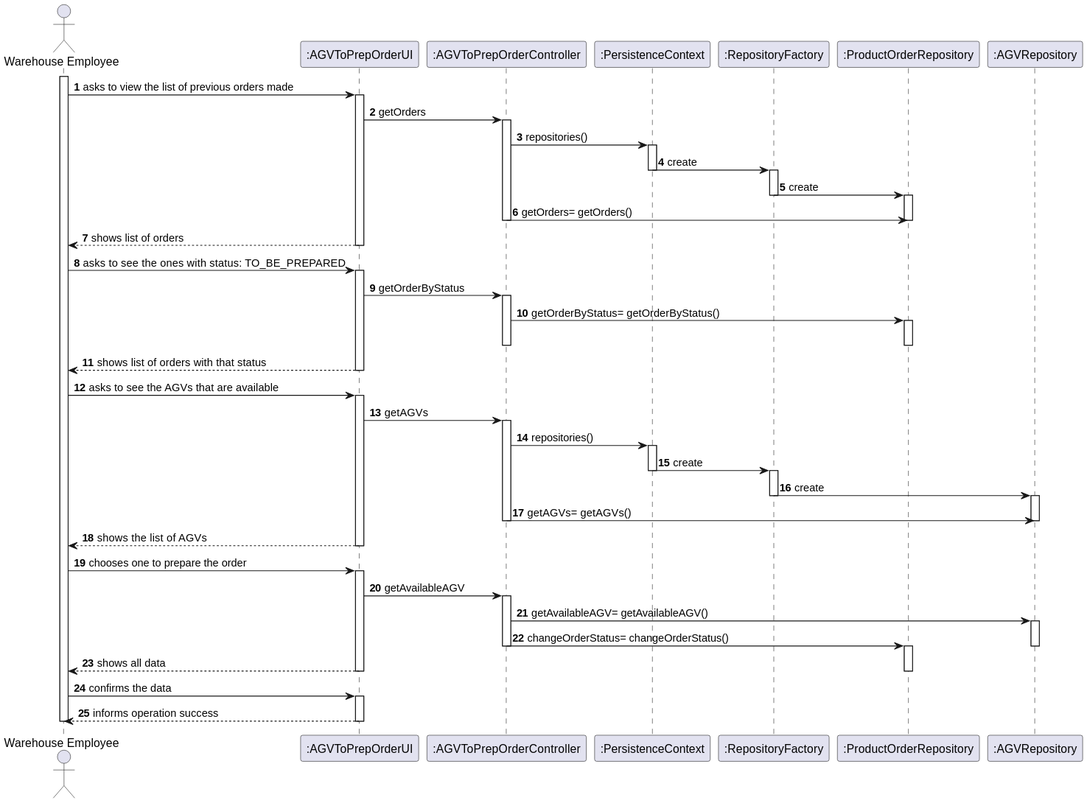
This is docs/Sprint3/US2003/US2003_SD.svg from marttuga/LAPR4-SmartSystems, a PlantUML export, as it was before one commit. Its diagram source:
```plantuml
@startuml
autonumber
actor "Warehouse Employee" as WE
participant ":AGVToPrepOrderUI" as UI
participant ":AGVToPrepOrderController" as CTRL
participant ":PersistenceContext" as PC
participant ":RepositoryFactory" as RF
participant ":ProductOrderRepository" as ProdRepo
participant ":AGVRepository" as AGVRepo


activate WE

WE -> UI : asks to view the list of previous orders made
activate UI


UI -> CTRL : getOrders
activate CTRL
CTRL -> PC : repositories()

activate PC
PC -> RF : create
deactivate PC
activate RF
RF -> ProdRepo : create
deactivate RF
activate ProdRepo
deactivate ProdRepo
CTRL -> ProdRepo : getOrders= getOrders()
deactivate CTRL
deactivate ProdRepo



UI --> WE : shows list of orders
deactivate UI
WE -> UI : asks to see the ones with status: TO_BE_PREPARED
activate UI


UI -> CTRL : getOrderByStatus
activate CTRL
CTRL -> ProdRepo : getOrderByStatus= getOrderByStatus()
activate ProdRepo
deactivate CTRL
deactivate ProdRepo

UI --> WE :  shows list of orders with that status
deactivate UI

WE -> UI : asks to see the AGVs that are available
activate UI


UI -> CTRL : getAGVs
activate CTRL
CTRL -> PC : repositories()

activate PC
PC -> RF : create
deactivate PC
activate RF
RF -> AGVRepo : create
deactivate RF
activate AGVRepo
deactivate AGVRepo
CTRL -> AGVRepo : getAGVs= getAGVs()

deactivate CTRL
deactivate AGVRepo

UI --> WE : shows the list of AGVs
deactivate UI

WE -> UI : chooses one to prepare the order
activate UI


UI -> CTRL : getAvailableAGV
activate CTRL
CTRL -> AGVRepo : getAvailableAGV= getAvailableAGV()
activate AGVRepo
CTRL -> ProdRepo : changeOrderStatus= changeOrderStatus()
deactivate AGVRepo
activate ProdRepo
deactivate CTRL


UI --> WE :shows all data
deactivate UI
deactivate ProdRepo
deactivate UI


WE -> UI : confirms the data

activate UI
UI --> WE : informs operation success
deactivate UI

deactivate UI
deactivate WE

@enduml
```
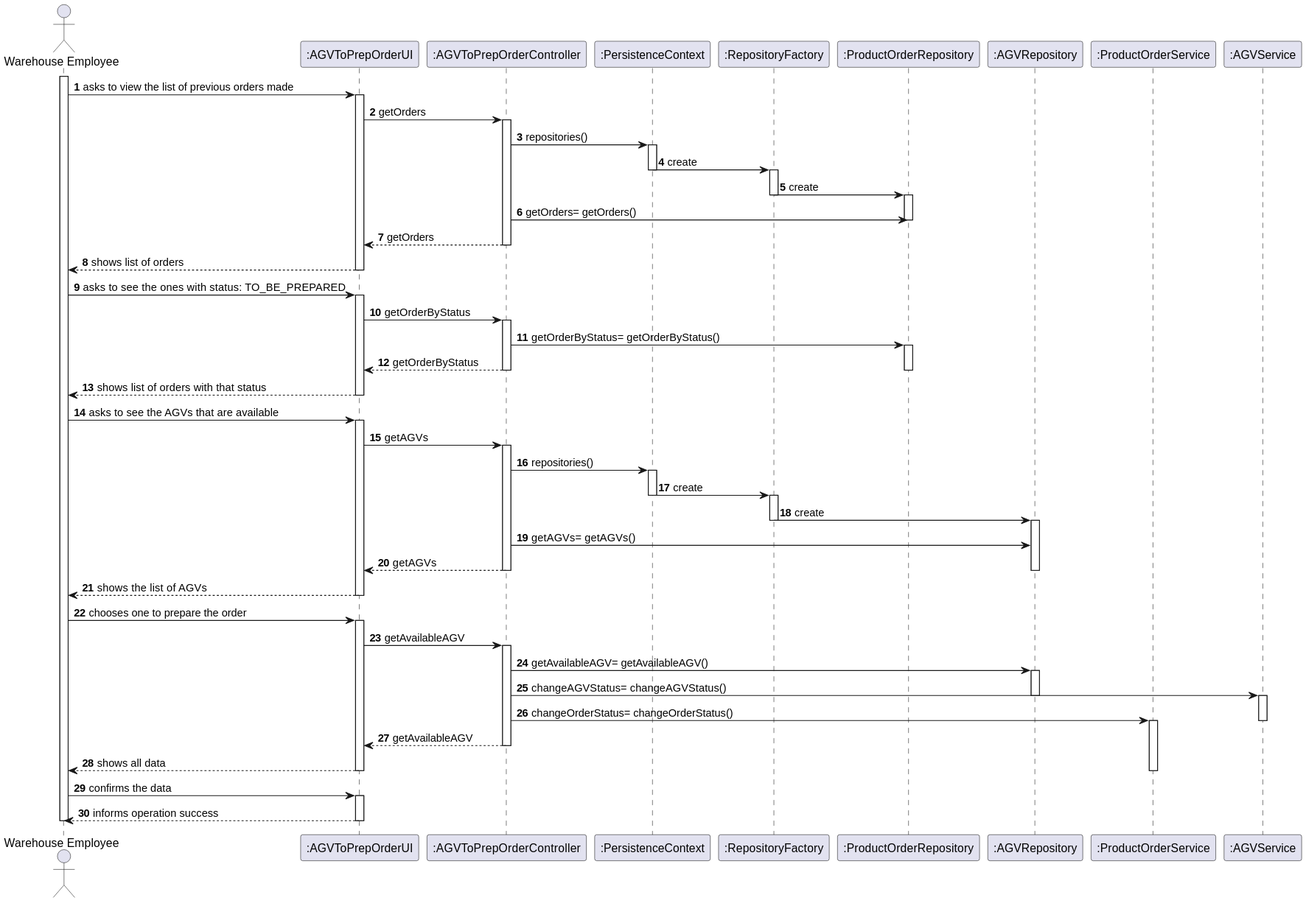
The same diagram one commit later.

Diff of the diagram source:
```diff
@@ -7,7 +7,8 @@
 participant ":RepositoryFactory" as RF
 participant ":ProductOrderRepository" as ProdRepo
 participant ":AGVRepository" as AGVRepo
-
+participant ":ProductOrderService" as ProdS
+participant ":AGVService" as AGVS
 
 activate WE
 
@@ -28,10 +29,12 @@
 activate ProdRepo
 deactivate ProdRepo
 CTRL -> ProdRepo : getOrders= getOrders()
-deactivate CTRL
+
 deactivate ProdRepo
 
 
+CTRL --> UI :  getOrders
+deactivate CTRL
 
 UI --> WE : shows list of orders
 deactivate UI
@@ -43,6 +46,7 @@
 activate CTRL
 CTRL -> ProdRepo : getOrderByStatus= getOrderByStatus()
 activate ProdRepo
+CTRL --> UI :  getOrderByStatus
 deactivate CTRL
 deactivate ProdRepo
 
@@ -66,7 +70,7 @@
 activate AGVRepo
 deactivate AGVRepo
 CTRL -> AGVRepo : getAGVs= getAGVs()
-
+CTRL --> UI :  getAGVs
 deactivate CTRL
 deactivate AGVRepo
 
@@ -81,15 +85,20 @@
 activate CTRL
 CTRL -> AGVRepo : getAvailableAGV= getAvailableAGV()
 activate AGVRepo
-CTRL -> ProdRepo : changeOrderStatus= changeOrderStatus()
+CTRL -> AGVS: changeAGVStatus= changeAGVStatus()
 deactivate AGVRepo
-activate ProdRepo
+activate AGVS
+CTRL -> ProdS : changeOrderStatus= changeOrderStatus()
+deactivate AGVS
+deactivate AGVRepo
+activate ProdS
+CTRL --> UI :  getAvailableAGV
 deactivate CTRL
 
 
 UI --> WE :shows all data
 deactivate UI
-deactivate ProdRepo
+deactivate ProdS
 deactivate UI
 
 
```
